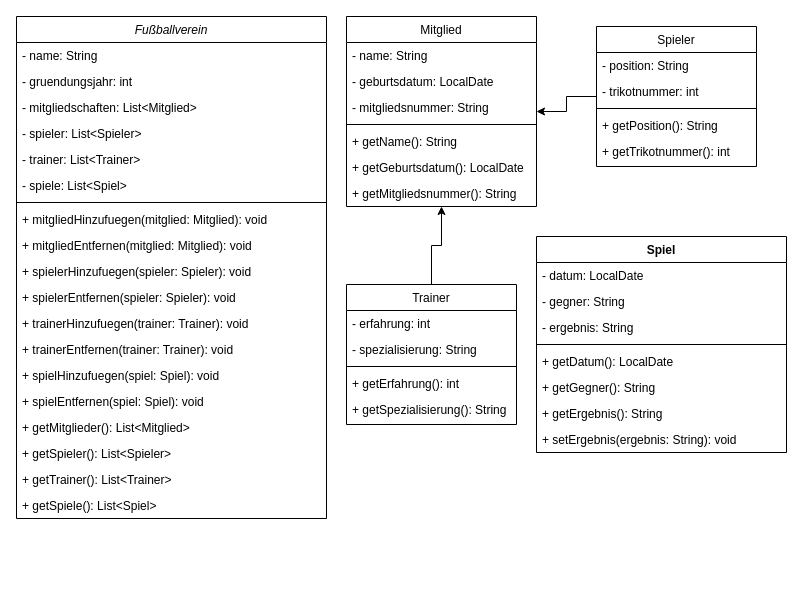
Earlier version of the draw.io diagram UML_Diagramm.drawio (domhags/fussballverein_java). Source tidied: cells renumbered, new cells numbered last; positions are measured from the earlier drawing's top-left corner, leaving out a move shared by most shapes. Both pictures are drawn from the tidied source at 100%, with x=0, y=0 at pixel (16, 16).
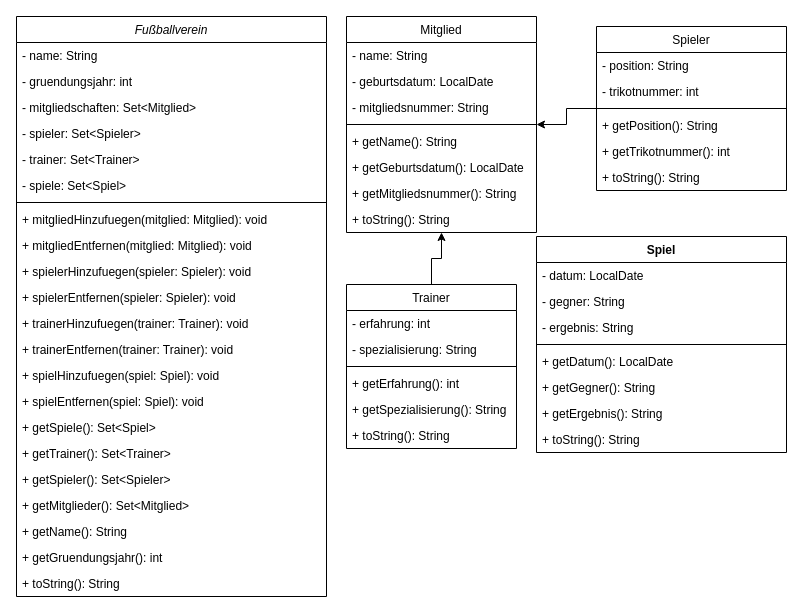
Above is the later version.

Unchanged cells that the change refers to:
```xml
<mxCell id="44" value="Spiel" style="swimlane;fontStyle=1;align=center;verticalAlign=top;horizontal=1;startSize=26;" parent="1" vertex="1">
  <mxGeometry x="520" y="220" width="250" height="216" as="geometry" />
</mxCell>
```

Change to the diagram source:
```diff
@@
     <mxCell id="2" value="Fußballverein" style="swimlane;fontStyle=2;align=center;verticalAlign=top;horizontal=1;startSize=26;rounded=0;shadow=0;strokeWidth=1;" parent="1" vertex="1">
-      <mxGeometry width="310" height="502" as="geometry" />
+      <mxGeometry width="310" height="580" as="geometry" />
     </mxCell>
@@
-    <mxCell id="5" value="- mitgliedschaften: List&lt;Mitglied&gt;" style="text;align=left;verticalAlign=top;spacingLeft=4;spacingRight=4;overflow=hidden;" parent="2" vertex="1">
+    <mxCell id="5" value="- mitgliedschaften: Set&lt;Mitglied&gt;" style="text;align=left;verticalAlign=top;spacingLeft=4;spacingRight=4;overflow=hidden;" parent="2" vertex="1">
       <mxGeometry y="78" width="310" height="26" as="geometry" />
     </mxCell>
-    <mxCell id="6" value="- spieler: List&lt;Spieler&gt;" style="text;align=left;verticalAlign=top;spacingLeft=4;spacingRight=4;overflow=hidden;" parent="2" vertex="1">
+    <mxCell id="6" value="- spieler: Set&lt;Spieler&gt;" style="text;align=left;verticalAlign=top;spacingLeft=4;spacingRight=4;overflow=hidden;" parent="2" vertex="1">
       <mxGeometry y="104" width="310" height="26" as="geometry" />
     </mxCell>
-    <mxCell id="7" value="- trainer: List&lt;Trainer&gt;" style="text;align=left;verticalAlign=top;spacingLeft=4;spacingRight=4;overflow=hidden;" parent="2" vertex="1">
+    <mxCell id="7" value="- trainer: Set&lt;Trainer&gt;" style="text;align=left;verticalAlign=top;spacingLeft=4;spacingRight=4;overflow=hidden;" parent="2" vertex="1">
       <mxGeometry y="130" width="310" height="26" as="geometry" />
     </mxCell>
-    <mxCell id="8" value="- spiele: List&lt;Spiel&gt;" style="text;align=left;verticalAlign=top;spacingLeft=4;spacingRight=4;overflow=hidden;" parent="2" vertex="1">
+    <mxCell id="8" value="- spiele: Set&lt;Spiel&gt;" style="text;align=left;verticalAlign=top;spacingLeft=4;spacingRight=4;overflow=hidden;" parent="2" vertex="1">
       <mxGeometry y="156" width="310" height="26" as="geometry" />
     </mxCell>
@@
-    <mxCell id="10" value="+ mitgliedHinzufuegen(mitglied: Mitglied): void" style="text;align=left;verticalAlign=top;spacingLeft=4;spacingRight=4;overflow=hidden;" parent="2" vertex="1">
-      <mxGeometry y="190" width="310" height="26" as="geometry" />
-    </mxCell>
-    <mxCell id="11" value="+ mitgliedEntfernen(mitglied: Mitglied): void" style="text;align=left;verticalAlign=top;spacingLeft=4;spacingRight=4;overflow=hidden;" parent="2" vertex="1">
-      <mxGeometry y="216" width="310" height="26" as="geometry" />
-    </mxCell>
-    <mxCell id="12" value="+ spielerHinzufuegen(spieler: Spieler): void" style="text;align=left;verticalAlign=top;spacingLeft=4;spacingRight=4;overflow=hidden;" parent="2" vertex="1">
-      <mxGeometry y="242" width="310" height="26" as="geometry" />
+    <mxCell id="12" value="+ mitgliedHinzufuegen(mitglied: Mitglied): void" style="text;align=left;verticalAlign=top;spacingLeft=4;spacingRight=4;overflow=hidden;" parent="2" vertex="1">
+      <mxGeometry y="190" width="310" height="26" as="geometry" />
     </mxCell>
-    <mxCell id="13" value="+ spielerEntfernen(spieler: Spieler): void" style="text;align=left;verticalAlign=top;spacingLeft=4;spacingRight=4;overflow=hidden;" parent="2" vertex="1">
-      <mxGeometry y="268" width="310" height="26" as="geometry" />
+    <mxCell id="13" value="+ mitgliedEntfernen(mitglied: Mitglied): void" style="text;align=left;verticalAlign=top;spacingLeft=4;spacingRight=4;overflow=hidden;" parent="2" vertex="1">
+      <mxGeometry y="216" width="310" height="26" as="geometry" />
     </mxCell>
-    <mxCell id="14" value="+ trainerHinzufuegen(trainer: Trainer): void" style="text;align=left;verticalAlign=top;spacingLeft=4;spacingRight=4;overflow=hidden;rounded=0;shadow=0;html=0;" parent="2" vertex="1">
-      <mxGeometry y="294" width="310" height="26" as="geometry" />
+    <mxCell id="14" value="+ spielerHinzufuegen(spieler: Spieler): void" style="text;align=left;verticalAlign=top;spacingLeft=4;spacingRight=4;overflow=hidden;rounded=0;shadow=0;html=0;" parent="2" vertex="1">
+      <mxGeometry y="242" width="310" height="26" as="geometry" />
     </mxCell>
-    <mxCell id="15" value="+ trainerEntfernen(trainer: Trainer): void" style="text;align=left;verticalAlign=top;spacingLeft=4;spacingRight=4;overflow=hidden;rounded=0;shadow=0;html=0;" parent="2" vertex="1">
-      <mxGeometry y="320" width="310" height="26" as="geometry" />
+    <mxCell id="15" value="+ spielerEntfernen(spieler: Spieler): void" style="text;align=left;verticalAlign=top;spacingLeft=4;spacingRight=4;overflow=hidden;rounded=0;shadow=0;html=0;" parent="2" vertex="1">
+      <mxGeometry y="268" width="310" height="26" as="geometry" />
     </mxCell>
-    <mxCell id="16" value="+ spielHinzufuegen(spiel: Spiel): void" style="text;align=left;verticalAlign=top;spacingLeft=4;spacingRight=4;overflow=hidden;rounded=0;shadow=0;html=0;" parent="2" vertex="1">
-      <mxGeometry y="346" width="310" height="26" as="geometry" />
+    <mxCell id="16" value="+ trainerHinzufuegen(trainer: Trainer): void" style="text;align=left;verticalAlign=top;spacingLeft=4;spacingRight=4;overflow=hidden;rounded=0;shadow=0;html=0;" parent="2" vertex="1">
+      <mxGeometry y="294" width="310" height="26" as="geometry" />
     </mxCell>
-    <mxCell id="17" value="+ spielEntfernen(spiel: Spiel): void" style="text;align=left;verticalAlign=top;spacingLeft=4;spacingRight=4;overflow=hidden;rounded=0;shadow=0;html=0;" parent="2" vertex="1">
-      <mxGeometry y="372" width="310" height="26" as="geometry" />
+    <mxCell id="17" value="+ trainerEntfernen(trainer: Trainer): void" style="text;align=left;verticalAlign=top;spacingLeft=4;spacingRight=4;overflow=hidden;rounded=0;shadow=0;html=0;" parent="2" vertex="1">
+      <mxGeometry y="320" width="310" height="26" as="geometry" />
     </mxCell>
-    <mxCell id="18" value="+ getMitglieder(): List&lt;Mitglied&gt;" style="text;align=left;verticalAlign=top;spacingLeft=4;spacingRight=4;overflow=hidden;rounded=0;shadow=0;html=0;" parent="2" vertex="1">
-      <mxGeometry y="398" width="310" height="26" as="geometry" />
+    <mxCell id="18" value="+ spielHinzufuegen(spiel: Spiel): void" style="text;align=left;verticalAlign=top;spacingLeft=4;spacingRight=4;overflow=hidden;rounded=0;shadow=0;html=0;" parent="2" vertex="1">
+      <mxGeometry y="346" width="310" height="26" as="geometry" />
     </mxCell>
-    <mxCell id="19" value="+ getSpieler(): List&lt;Spieler&gt;" style="text;align=left;verticalAlign=top;spacingLeft=4;spacingRight=4;overflow=hidden;rounded=0;shadow=0;html=0;" parent="2" vertex="1">
-      <mxGeometry y="424" width="310" height="26" as="geometry" />
+    <mxCell id="19" value="+ spielEntfernen(spiel: Spiel): void" style="text;align=left;verticalAlign=top;spacingLeft=4;spacingRight=4;overflow=hidden;rounded=0;shadow=0;html=0;" parent="2" vertex="1">
+      <mxGeometry y="372" width="310" height="26" as="geometry" />
     </mxCell>
-    <mxCell id="20" value="+ getTrainer(): List&lt;Trainer&gt;" style="text;align=left;verticalAlign=top;spacingLeft=4;spacingRight=4;overflow=hidden;rounded=0;shadow=0;html=0;" parent="2" vertex="1">
-      <mxGeometry y="450" width="310" height="26" as="geometry" />
+    <mxCell id="20" value="+ getSpiele(): Set&lt;Spiel&gt;" style="text;align=left;verticalAlign=top;spacingLeft=4;spacingRight=4;overflow=hidden;rounded=0;shadow=0;html=0;" parent="2" vertex="1">
+      <mxGeometry y="398" width="310" height="26" as="geometry" />
     </mxCell>
-    <mxCell id="21" value="+ getSpiele(): List&lt;Spiel&gt;" style="text;align=left;verticalAlign=top;spacingLeft=4;spacingRight=4;overflow=hidden;rounded=0;shadow=0;html=0;" parent="2" vertex="1">
-      <mxGeometry y="476" width="310" height="26" as="geometry" />
+    <mxCell id="21" value="+ getTrainer(): Set&lt;Trainer&gt;" style="text;align=left;verticalAlign=top;spacingLeft=4;spacingRight=4;overflow=hidden;rounded=0;shadow=0;html=0;" parent="2" vertex="1">
+      <mxGeometry y="424" width="310" height="26" as="geometry" />
     </mxCell>
+    <mxCell id="53" value="+ getSpieler(): Set&lt;Spieler&gt;" style="text;align=left;verticalAlign=top;spacingLeft=4;spacingRight=4;overflow=hidden;rounded=0;shadow=0;html=0;" parent="2" vertex="1">
+      <mxGeometry y="450" width="310" height="26" as="geometry" />
+    </mxCell>
+    <mxCell id="54" value="+ getMitglieder(): Set&lt;Mitglied&gt;" style="text;align=left;verticalAlign=top;spacingLeft=4;spacingRight=4;overflow=hidden;rounded=0;shadow=0;html=0;" parent="2" vertex="1">
+      <mxGeometry y="476" width="310" height="26" as="geometry" />
+    </mxCell>
+    <mxCell id="10" value="+ getName(): String" style="text;align=left;verticalAlign=top;spacingLeft=4;spacingRight=4;overflow=hidden;" parent="2" vertex="1">
+      <mxGeometry y="502" width="310" height="26" as="geometry" />
+    </mxCell>
+    <mxCell id="11" value="+ getGruendungsjahr(): int" style="text;align=left;verticalAlign=top;spacingLeft=4;spacingRight=4;overflow=hidden;" parent="2" vertex="1">
+      <mxGeometry y="528" width="310" height="26" as="geometry" />
+    </mxCell>
+    <mxCell id="55" value="+ toString(): String" style="text;align=left;verticalAlign=top;spacingLeft=4;spacingRight=4;overflow=hidden;" parent="2" vertex="1">
+      <mxGeometry y="554" width="310" height="26" as="geometry" />
+    </mxCell>
@@
     <mxCell id="23" value="Trainer" style="swimlane;fontStyle=0;align=center;verticalAlign=top;horizontal=1;startSize=26;rounded=0;shadow=0;strokeWidth=1;" parent="1" vertex="1">
-      <mxGeometry x="330" y="268" width="170" height="140" as="geometry" />
+      <mxGeometry x="330" y="268" width="170" height="164" as="geometry" />
     </mxCell>
@@
+    <mxCell id="56" value="+ toString(): String" style="text;align=left;verticalAlign=top;spacingLeft=4;spacingRight=4;overflow=hidden;" parent="23" vertex="1">
+      <mxGeometry y="138" width="170" height="26" as="geometry" />
+    </mxCell>
     <mxCell id="29" value="Mitglied" style="swimlane;fontStyle=0;align=center;verticalAlign=top;horizontal=1;startSize=26;rounded=0;shadow=0;strokeWidth=1;" parent="1" vertex="1">
-      <mxGeometry x="330" width="190" height="190" as="geometry" />
+      <mxGeometry x="330" width="190" height="216" as="geometry" />
     </mxCell>
@@
+    <mxCell id="57" value="+ toString(): String" style="text;align=left;verticalAlign=top;spacingLeft=4;spacingRight=4;overflow=hidden;" parent="29" vertex="1">
+      <mxGeometry y="190" width="190" height="26" as="geometry" />
+    </mxCell>
@@
     <mxCell id="38" value="Spieler" style="swimlane;fontStyle=0;align=center;verticalAlign=top;horizontal=1;startSize=26;rounded=0;shadow=0;strokeWidth=1;" parent="1" vertex="1">
-      <mxGeometry x="580" y="10" width="160" height="140" as="geometry" />
+      <mxGeometry x="580" y="10" width="190" height="164" as="geometry" />
     </mxCell>
     <mxCell id="39" value="- position: String" style="text;align=left;verticalAlign=top;spacingLeft=4;spacingRight=4;overflow=hidden;" parent="38" vertex="1">
-      <mxGeometry y="26" width="160" height="26" as="geometry" />
+      <mxGeometry y="26" width="190" height="26" as="geometry" />
     </mxCell>
     <mxCell id="40" value="- trikotnummer: int" style="text;align=left;verticalAlign=top;spacingLeft=4;spacingRight=4;overflow=hidden;rounded=0;shadow=0;html=0;" parent="38" vertex="1">
-      <mxGeometry y="52" width="160" height="26" as="geometry" />
+      <mxGeometry y="52" width="190" height="26" as="geometry" />
     </mxCell>
     <mxCell id="41" style="line;html=1;strokeWidth=1;align=left;verticalAlign=middle;spacingTop=-1;spacingLeft=3;spacingRight=3;labelPosition=right;" parent="38" vertex="1">
-      <mxGeometry y="78" width="160" height="8" as="geometry" />
+      <mxGeometry y="78" width="190" height="8" as="geometry" />
     </mxCell>
     <mxCell id="42" value="+ getPosition(): String" style="text;align=left;verticalAlign=top;spacingLeft=4;spacingRight=4;overflow=hidden;" parent="38" vertex="1">
-      <mxGeometry y="86" width="160" height="26" as="geometry" />
+      <mxGeometry y="86" width="190" height="26" as="geometry" />
     </mxCell>
     <mxCell id="43" value="+ getTrikotnummer(): int" style="text;align=left;verticalAlign=top;spacingLeft=4;spacingRight=4;overflow=hidden;" parent="38" vertex="1">
-      <mxGeometry y="112" width="160" height="26" as="geometry" />
+      <mxGeometry y="112" width="190" height="26" as="geometry" />
     </mxCell>
+    <mxCell id="58" value="+ toString(): String" style="text;align=left;verticalAlign=top;spacingLeft=4;spacingRight=4;overflow=hidden;" parent="38" vertex="1">
+      <mxGeometry y="138" width="190" height="26" as="geometry" />
+    </mxCell>
@@
-    <mxCell id="52" value="+ setErgebnis(ergebnis: String): void" style="text;strokeColor=none;fillColor=none;align=left;verticalAlign=top;spacingLeft=4;spacingRight=4;overflow=hidden;" parent="44" vertex="1">
+    <mxCell id="52" value="+ toString(): String" style="text;strokeColor=none;fillColor=none;align=left;verticalAlign=top;spacingLeft=4;spacingRight=4;overflow=hidden;" parent="44" vertex="1">
       <mxGeometry y="190" width="250" height="26" as="geometry" />
     </mxCell>
```
